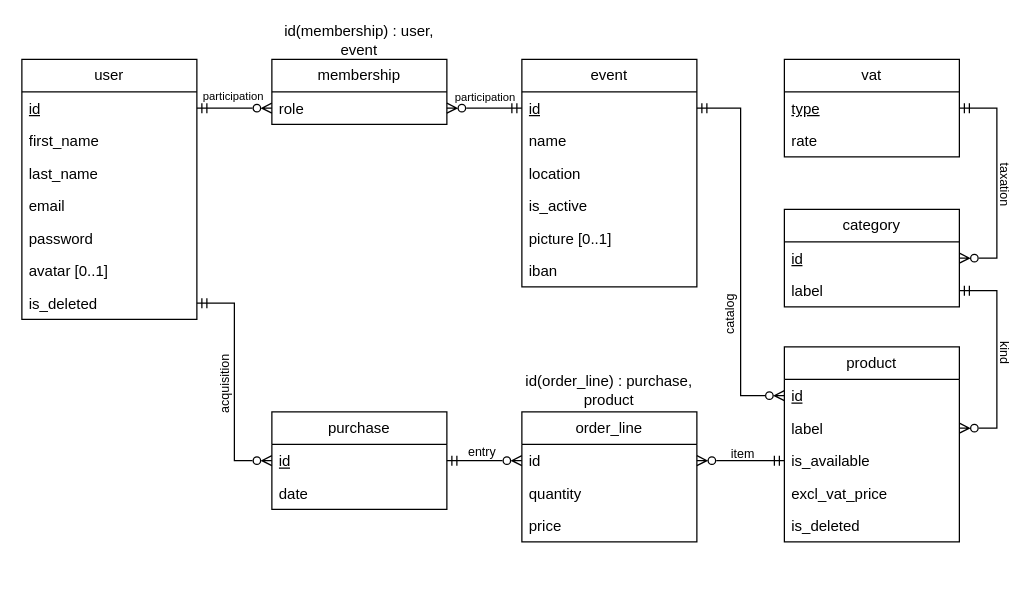
Earlier version of the draw.io diagram database/docs/entity-relationship-diagram.drawio (maxoux53/smartkiosk). Source tidied: cells renumbered, new cells numbered last; positions are measured from the earlier drawing's top-left corner, leaving out a move shared by most shapes. Both pictures are drawn from the tidied source at 125%, with x=0, y=0 at pixel (21, 21).
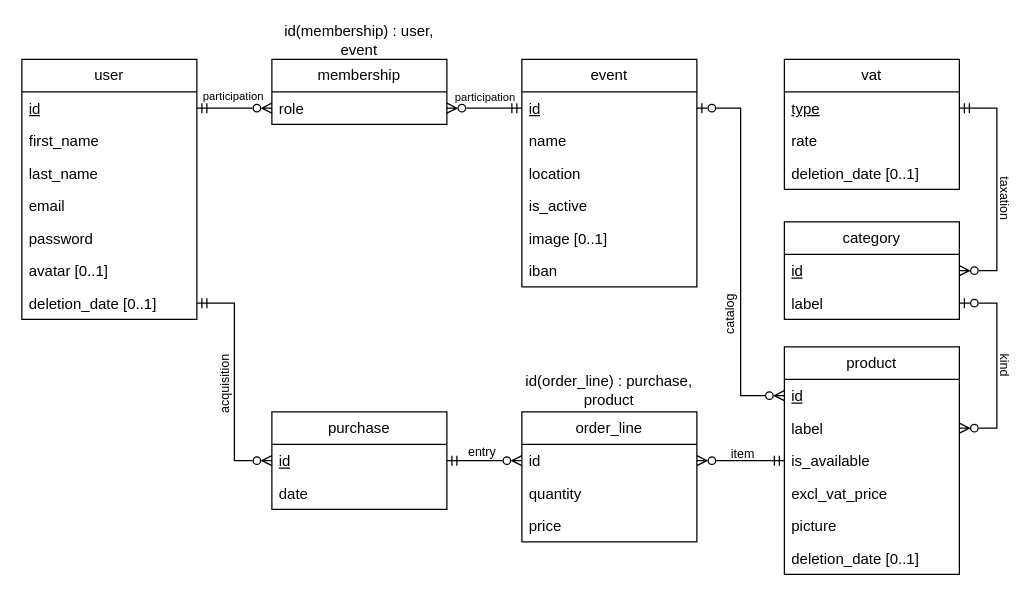
Above is the later version.

Commit message (it also covers changes not shown here):
docs: make diagrams crud-compatible

The change refers to these unchanged cells:
```xml
<mxCell id="2" value="user" style="swimlane;fontStyle=0;horizontal=1;startSize=26;fillColor=none;whiteSpace=wrap;html=1;" parent="1" vertex="1">
  <mxGeometry y="30" width="140" height="208" as="geometry" />
</mxCell>
<mxCell id="10" value="event" style="swimlane;fontStyle=0;horizontal=1;startSize=26;fillColor=none;whiteSpace=wrap;html=1;" parent="1" vertex="1">
  <mxGeometry x="400" y="30" width="140" height="182" as="geometry" />
</mxCell>
<mxCell id="11" value="id" style="text;strokeColor=none;fillColor=none;align=left;verticalAlign=top;spacingLeft=4;spacingRight=4;overflow=hidden;points=[[0,0.5],[1,0.5]];portConstraint=eastwest;whiteSpace=wrap;html=1;fontStyle=4;" parent="10" vertex="1">
  <mxGeometry y="26" width="140" height="26" as="geometry" />
</mxCell>
<mxCell id="21" value="id" style="text;strokeColor=none;fillColor=none;align=left;verticalAlign=top;spacingLeft=4;spacingRight=4;overflow=hidden;points=[[0,0.5],[1,0.5]];portConstraint=eastwest;whiteSpace=wrap;html=1;fontStyle=4;" parent="20" vertex="1">
  <mxGeometry y="26" width="140" height="26" as="geometry" />
</mxCell>
<mxCell id="22" value="label" style="text;strokeColor=none;fillColor=none;align=left;verticalAlign=top;spacingLeft=4;spacingRight=4;overflow=hidden;points=[[0,0.5],[1,0.5]];portConstraint=eastwest;whiteSpace=wrap;html=1;" parent="20" vertex="1">
  <mxGeometry y="52" width="140" height="26" as="geometry" />
</mxCell>
<mxCell id="27" value="id" style="text;strokeColor=none;fillColor=none;align=left;verticalAlign=top;spacingLeft=4;spacingRight=4;overflow=hidden;points=[[0,0.5],[1,0.5]];portConstraint=eastwest;whiteSpace=wrap;html=1;fontStyle=4;" parent="26" vertex="1">
  <mxGeometry y="26" width="140" height="26" as="geometry" />
</mxCell>
<mxCell id="28" value="label" style="text;strokeColor=none;fillColor=none;align=left;verticalAlign=top;spacingLeft=4;spacingRight=4;overflow=hidden;points=[[0,0.5],[1,0.5]];portConstraint=eastwest;whiteSpace=wrap;html=1;" parent="26" vertex="1">
  <mxGeometry y="52" width="140" height="26" as="geometry" />
</mxCell>
<mxCell id="30" value="type" style="text;strokeColor=none;fillColor=none;align=left;verticalAlign=top;spacingLeft=4;spacingRight=4;overflow=hidden;points=[[0,0.5],[1,0.5]];portConstraint=eastwest;whiteSpace=wrap;html=1;fontStyle=4;" parent="29" vertex="1">
  <mxGeometry y="26" width="140" height="26" as="geometry" />
</mxCell>
```

The edit, as a diff of the source:
```diff
@@
-    <mxCell id="9" value="is_deleted" style="text;strokeColor=none;fillColor=none;align=left;verticalAlign=top;spacingLeft=4;spacingRight=4;overflow=hidden;points=[[0,0.5],[1,0.5]];portConstraint=eastwest;whiteSpace=wrap;html=1;" parent="2" vertex="1">
+    <mxCell id="9" value="deletion_date [0..1]" style="text;strokeColor=none;fillColor=none;align=left;verticalAlign=top;spacingLeft=4;spacingRight=4;overflow=hidden;points=[[0,0.5],[1,0.5]];portConstraint=eastwest;whiteSpace=wrap;html=1;" parent="2" vertex="1">
       <mxGeometry y="182" width="140" height="26" as="geometry" />
     </mxCell>
@@
-    <mxCell id="15" value="picture [0..1]" style="text;strokeColor=none;fillColor=none;align=left;verticalAlign=top;spacingLeft=4;spacingRight=4;overflow=hidden;whiteSpace=wrap;html=1;" parent="10" vertex="1">
+    <mxCell id="15" value="image [0..1]" style="text;strokeColor=none;fillColor=none;align=left;verticalAlign=top;spacingLeft=4;spacingRight=4;overflow=hidden;whiteSpace=wrap;html=1;" parent="10" vertex="1">
       <mxGeometry y="130" width="140" height="26" as="geometry" />
     </mxCell>
@@
     <mxCell id="20" value="product" style="swimlane;fontStyle=0;horizontal=1;startSize=26;fillColor=none;whiteSpace=wrap;html=1;" parent="1" vertex="1">
-      <mxGeometry x="610" y="260" width="140" height="156" as="geometry" />
+      <mxGeometry x="610" y="260" width="140" height="182" as="geometry" />
     </mxCell>
@@
+    <mxCell id="58" value="picture" style="text;strokeColor=none;fillColor=none;align=left;verticalAlign=top;spacingLeft=4;spacingRight=4;overflow=hidden;whiteSpace=wrap;html=1;" parent="20" vertex="1">
+      <mxGeometry y="130" width="140" height="26" as="geometry" />
+    </mxCell>
-    <mxCell id="25" value="is_deleted" style="text;strokeColor=none;fillColor=none;align=left;verticalAlign=top;spacingLeft=4;spacingRight=4;overflow=hidden;whiteSpace=wrap;html=1;" parent="20" vertex="1">
-      <mxGeometry y="130" width="140" height="26" as="geometry" />
+    <mxCell id="25" value="deletion_date [0..1]" style="text;strokeColor=none;fillColor=none;align=left;verticalAlign=top;spacingLeft=4;spacingRight=4;overflow=hidden;whiteSpace=wrap;html=1;" parent="20" vertex="1">
+      <mxGeometry y="156" width="140" height="26" as="geometry" />
     </mxCell>
     <mxCell id="26" value="category" style="swimlane;fontStyle=0;horizontal=1;startSize=26;fillColor=none;whiteSpace=wrap;html=1;" parent="1" vertex="1">
-      <mxGeometry x="610" y="150" width="140" height="78" as="geometry" />
+      <mxGeometry x="610" y="160" width="140" height="78" as="geometry" />
     </mxCell>
@@
     <mxCell id="29" value="vat" style="swimlane;fontStyle=0;horizontal=1;startSize=26;fillColor=none;whiteSpace=wrap;html=1;" parent="1" vertex="1">
-      <mxGeometry x="610" y="30" width="140" height="78" as="geometry" />
+      <mxGeometry x="610" y="30" width="140" height="104" as="geometry" />
     </mxCell>
@@
+    <mxCell id="59" value="deletion_date [0..1]" style="text;strokeColor=none;fillColor=none;align=left;verticalAlign=top;spacingLeft=4;spacingRight=4;overflow=hidden;whiteSpace=wrap;html=1;" parent="29" vertex="1">
+      <mxGeometry y="78" width="140" height="26" as="geometry" />
+    </mxCell>
@@
-    <mxCell id="34" style="edgeStyle=orthogonalEdgeStyle;rounded=0;jettySize=auto;html=1;exitX=0;exitY=0.5;exitDx=0;exitDy=0;entryX=1;entryY=0.5;entryDx=0;entryDy=0;endArrow=ERmandOne;endFill=0;startArrow=ERzeroToMany;startFill=0;" parent="1" edge="1" source="21" target="11">
+    <mxCell id="34" style="edgeStyle=orthogonalEdgeStyle;rounded=0;jettySize=auto;html=1;exitX=0;exitY=0.5;exitDx=0;exitDy=0;entryX=1;entryY=0.5;entryDx=0;entryDy=0;endArrow=ERzeroToOne;endFill=0;startArrow=ERzeroToMany;startFill=0;" parent="1" edge="1" source="21" target="11">
       <mxGeometry relative="1" as="geometry" />
     </mxCell>
-    <mxCell id="35" style="edgeStyle=orthogonalEdgeStyle;rounded=0;jettySize=auto;html=1;exitX=1;exitY=0.5;exitDx=0;exitDy=0;entryX=1;entryY=0.5;entryDx=0;entryDy=0;endArrow=ERmandOne;endFill=0;startArrow=ERzeroToMany;startFill=0;" parent="1" edge="1" source="22" target="28">
+    <mxCell id="35" style="edgeStyle=orthogonalEdgeStyle;rounded=0;jettySize=auto;html=1;exitX=1;exitY=0.5;exitDx=0;exitDy=0;entryX=1;entryY=0.5;entryDx=0;entryDy=0;endArrow=ERzeroToOne;endFill=0;startArrow=ERzeroToMany;startFill=0;" parent="1" edge="1" source="22" target="28">
       <mxGeometry relative="1" as="geometry">
         <Array as="points">
           <mxPoint x="780" y="325" />
-          <mxPoint x="780" y="215" />
+          <mxPoint x="780" y="225" />
         </Array>
       </mxGeometry>
     </mxCell>
     <mxCell id="36" style="edgeStyle=orthogonalEdgeStyle;rounded=0;jettySize=auto;html=1;exitX=1;exitY=0.5;exitDx=0;exitDy=0;entryX=1;entryY=0.5;entryDx=0;entryDy=0;startArrow=ERzeroToMany;startFill=0;endArrow=ERmandOne;endFill=0;" parent="1" edge="1" source="27" target="30">
       <mxGeometry relative="1" as="geometry">
         <Array as="points">
-          <mxPoint x="780" y="189" />
+          <mxPoint x="780" y="199" />
           <mxPoint x="780" y="69" />
         </Array>
       </mxGeometry>
     </mxCell>
@@
     <mxCell id="53" value="taxation" style="text;html=1;align=center;verticalAlign=middle;whiteSpace=wrap;rounded=0;fontSize=10;rotation=90;" parent="1" vertex="1">
-      <mxGeometry x="768.5" y="125" width="37" height="10" as="geometry" />
+      <mxGeometry x="768.5" y="136" width="37" height="10" as="geometry" />
     </mxCell>
     <mxCell id="54" value="kind" style="text;html=1;align=center;verticalAlign=middle;whiteSpace=wrap;rounded=0;fontSize=10;rotation=90;" parent="1" vertex="1">
-      <mxGeometry x="777" y="260" width="20" height="10" as="geometry" />
+      <mxGeometry x="777" y="270" width="20" height="10" as="geometry" />
     </mxCell>
```
